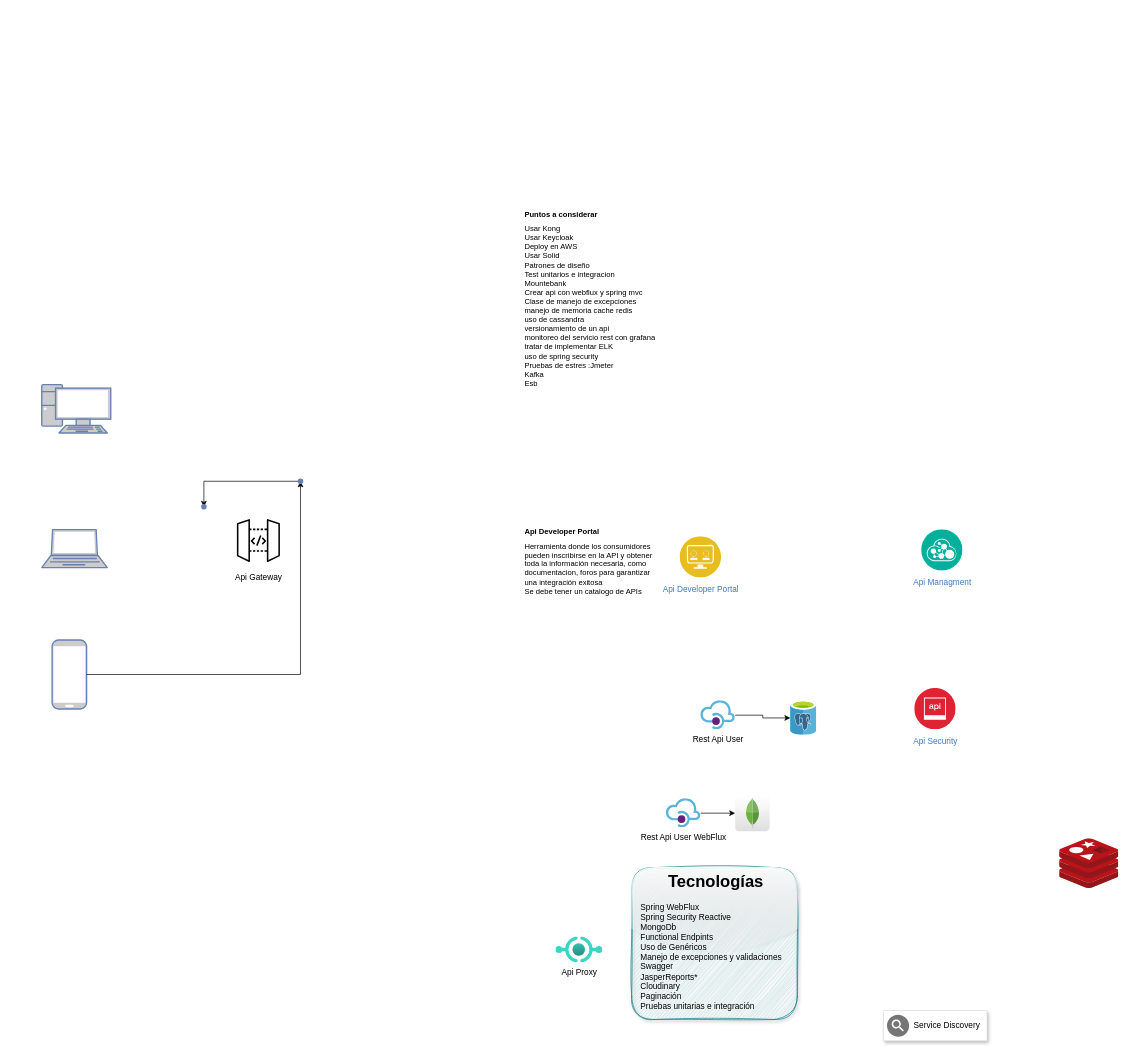
The draw.io diagram ApiArchitectureAll.drawio in alonsozy/diagram_architecture, before the edit. Source tidied: cells renumbered, new cells numbered last; positions are measured from the earlier drawing's top-left corner, leaving out a move shared by most shapes. Both pictures are drawn from the tidied source at 69%, with x=0, y=0 at pixel (41, 212). Pictures stored in the file or linked from it are replaced by grey dashed boxes.
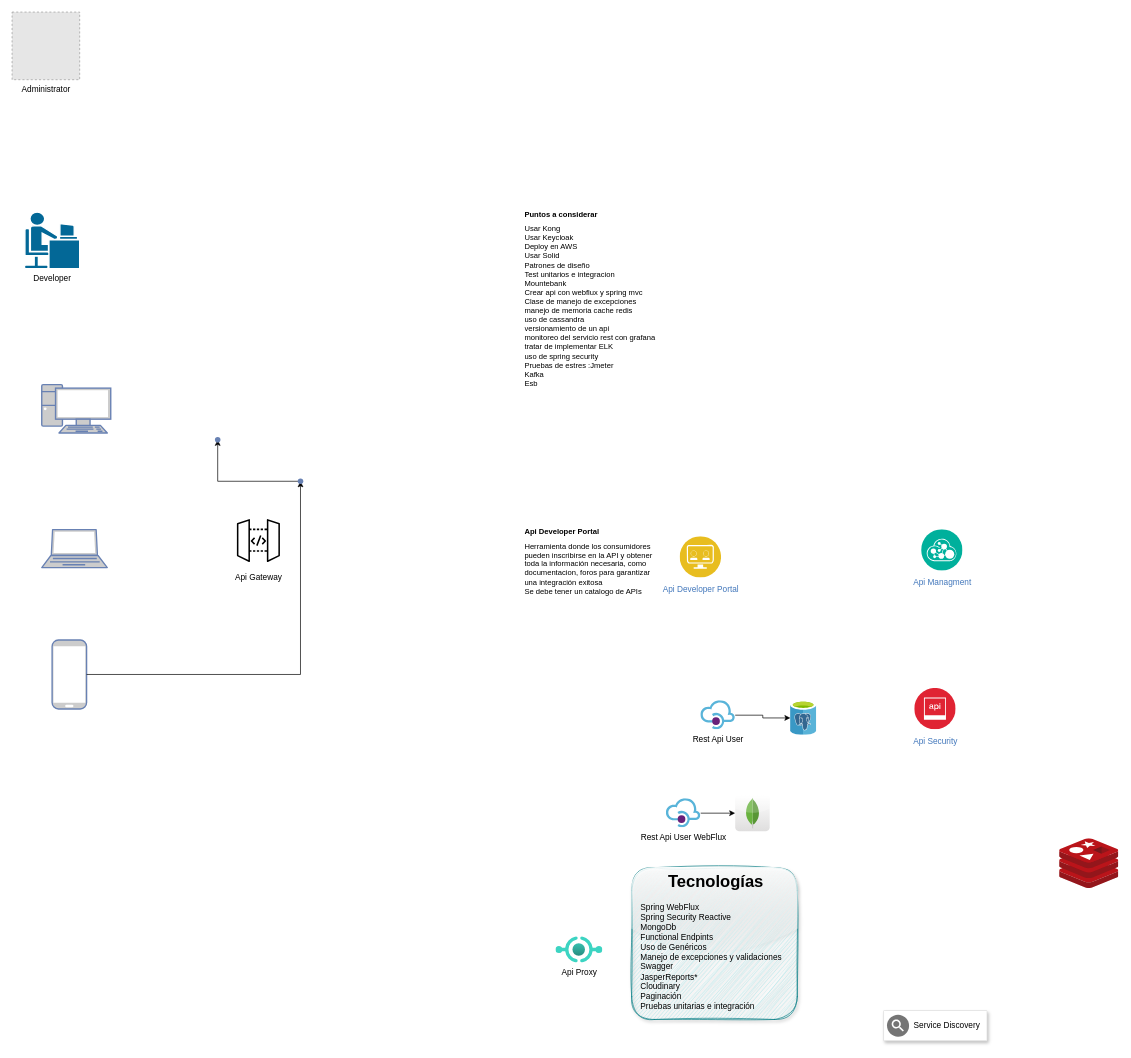
Above is the later version.

Diff of the diagram source:
```diff
@@
     <mxCell id="23" style="shape=waypoint;sketch=0;size=6;points=[];fillColor=#CCCCCC;perimeter=centerPerimeter;snapToPoint=1;verticalAlign=top;strokeColor=#6881B3;fontColor=#0066CC;gradientColor=none;gradientDirection=north;strokeWidth=2;" parent="1" vertex="1">
-      <mxGeometry x="225" y="417" width="20" height="20" as="geometry" />
+      <mxGeometry x="245" y="320" width="20" height="20" as="geometry" />
     </mxCell>
@@
+    <mxCell id="26" value="Developer" style="shape=mxgraph.cisco.people.androgenous_person;html=1;dashed=0;fillColor=#036897;strokeColor=#ffffff;strokeWidth=2;verticalLabelPosition=bottom;verticalAlign=top;align=center;" parent="1" vertex="1">
+      <mxGeometry x="-25" width="80" height="82" as="geometry" />
+    </mxCell>
+    <mxCell id="27" value="Administrator" style="fillColor=#E6E6E6;strokeColor=#999999;dashed=1;html=1;verticalAlign=top;verticalLabelPosition=bottom;labelBackgroundColor=#ffffff;" parent="1" vertex="1">
+      <mxGeometry x="-43" y="-290" width="98" height="98" as="geometry" />
+    </mxCell>
```
